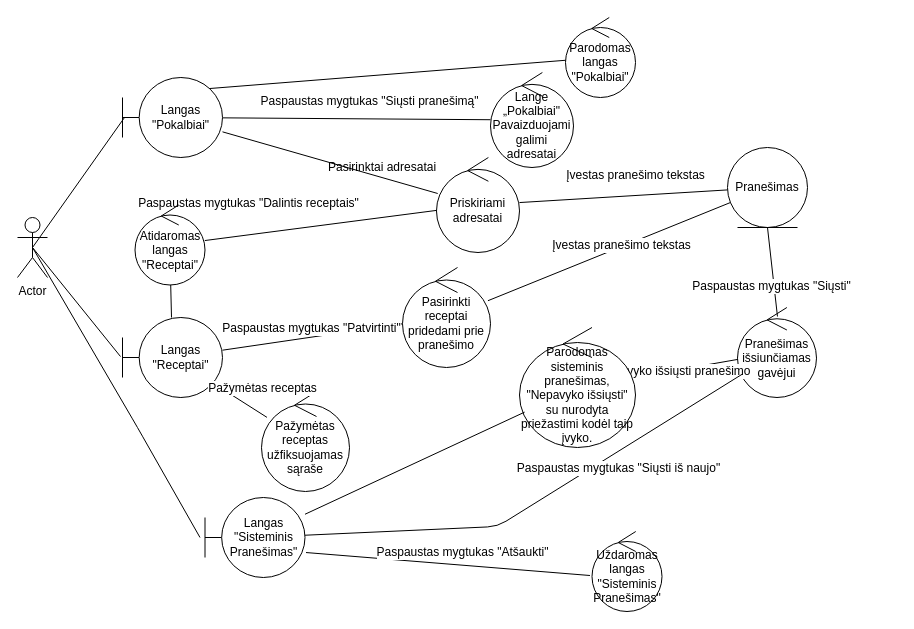
Earlier version of the draw.io diagram Draw.io/ROBUSTnaudotBendrPerPranesimus.drawio (Tristanas/PSI2-Food-Bee-Inc). Source tidied: cells renumbered, new cells numbered last; positions are measured from the earlier drawing's top-left corner, leaving out a move shared by most shapes. Both pictures are drawn from the tidied source at 100%, with x=0, y=0 at pixel (17, 17).
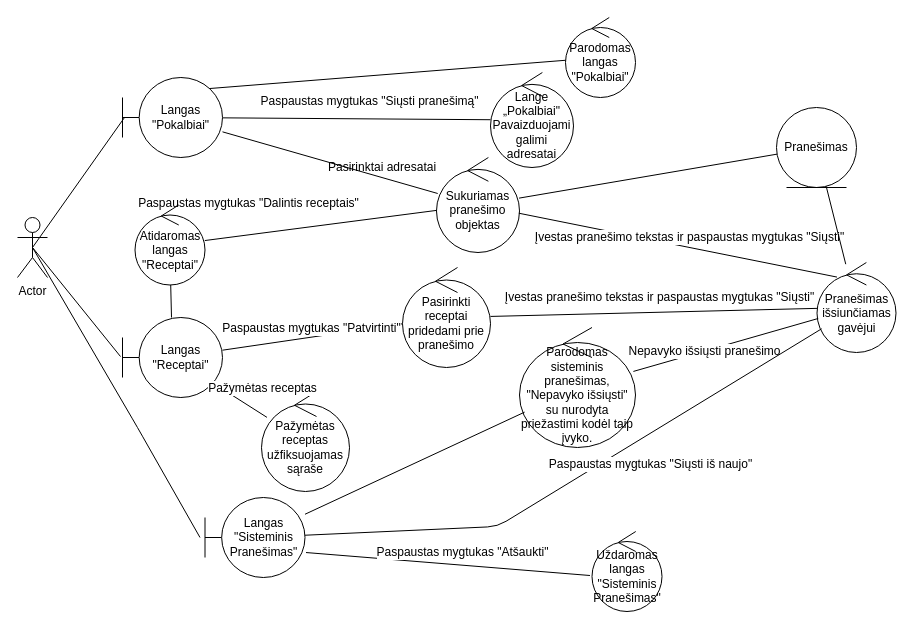
Above is the later version.

The change refers to these unchanged cells:
```xml
<mxCell id="24" value="Pasirinkti receptai pridedami prie pranešimo" style="ellipse;shape=umlControl;whiteSpace=wrap;html=1;" parent="1" vertex="1">
  <mxGeometry x="385" y="250" width="88" height="100" as="geometry" />
</mxCell>
```

What changed in the source:
```diff
@@
-    <mxCell id="9" value="Priskiriami adresatai" style="ellipse;shape=umlControl;whiteSpace=wrap;html=1;" parent="1" vertex="1">
+    <mxCell id="9" value="Sukuriamas pranešimo objektas" style="ellipse;shape=umlControl;whiteSpace=wrap;html=1;" parent="1" vertex="1">
       <mxGeometry x="419" y="140" width="83" height="95" as="geometry" />
     </mxCell>
     <mxCell id="10" value="Pranešimas" style="ellipse;shape=umlEntity;whiteSpace=wrap;html=1;" parent="1" vertex="1">
-      <mxGeometry x="710" y="130" width="80" height="80" as="geometry" />
+      <mxGeometry x="759" y="90" width="80" height="80" as="geometry" />
     </mxCell>
-    <mxCell id="11" style="endArrow=none;html=1;" parent="1" edge="1" source="10" target="9">
+    <mxCell id="11" style="endArrow=none;html=1;exitX=0.253;exitY=0.162;exitDx=0;exitDy=0;exitPerimeter=0;" parent="1" edge="1" source="27" target="9">
       <mxGeometry relative="1" as="geometry" />
     </mxCell>
-    <mxCell id="12" value="Įvestas pranešimo tekstas" style="text;html=1;align=center;verticalAlign=middle;labelBackgroundColor=#ffffff;" parent="11" vertex="1">
+    <mxCell id="12" value="Įvestas pranešimo tekstas ir paspaustas mygtukas &quot;Siųsti&quot;" style="text;html=1;align=center;verticalAlign=middle;labelBackgroundColor=#ffffff;" parent="11" vertex="1">
       <mxGeometry x="-0.45" y="4" relative="1" as="geometry">
-        <mxPoint x="-35.5" y="-22" as="offset" />
+        <mxPoint x="-60" y="-26" as="offset" />
       </mxGeometry>
     </mxCell>
@@
-    <mxCell id="25" style="endArrow=none;html=1;" parent="1" edge="1" source="10" target="24">
+    <mxCell id="25" style="endArrow=none;html=1;" parent="1" edge="1" source="27" target="24">
       <mxGeometry relative="1" as="geometry" />
     </mxCell>
-    <mxCell id="26" value="Įvestas pranešimo tekstas" style="text;html=1;align=center;verticalAlign=middle;labelBackgroundColor=#ffffff;" parent="25" vertex="1">
+    <mxCell id="26" value="Įvestas pranešimo tekstas ir paspaustas mygtukas &quot;Siųsti&quot;" style="text;html=1;align=center;verticalAlign=middle;labelBackgroundColor=#ffffff;" parent="25" vertex="1">
       <mxGeometry x="-0.45" y="4" relative="1" as="geometry">
-        <mxPoint x="-44.5" y="11.5" as="offset" />
+        <mxPoint x="-68.5" y="-18" as="offset" />
       </mxGeometry>
     </mxCell>
     <mxCell id="27" value="Pranešimas išsiunčiamas gavėjui" style="ellipse;shape=umlControl;whiteSpace=wrap;html=1;" parent="1" vertex="1">
-      <mxGeometry x="720" y="290" width="79" height="90" as="geometry" />
+      <mxGeometry x="799.5" y="245" width="79" height="90" as="geometry" />
     </mxCell>
-    <mxCell id="28" style="endArrow=none;html=1;entryX=0.5;entryY=1;entryDx=0;entryDy=0;exitX=0.506;exitY=0.1;exitDx=0;exitDy=0;exitPerimeter=0;" parent="1" edge="1" source="27" target="10">
-      <mxGeometry relative="1" as="geometry" />
-    </mxCell>
-    <mxCell id="29" value="Paspaustas mygtukas &quot;Siųsti&quot;" style="text;html=1;align=center;verticalAlign=middle;labelBackgroundColor=#ffffff;" parent="28" vertex="1">
-      <mxGeometry x="-0.31" y="3" relative="1" as="geometry" />
-    </mxCell>
@@
+    <mxCell id="44" style="endArrow=none;html=1;" parent="1" edge="1" source="9" target="10">
+      <mxGeometry relative="1" as="geometry" />
+    </mxCell>
+    <mxCell id="28" style="endArrow=none;html=1;" parent="1" edge="1" source="27" target="10">
+      <mxGeometry relative="1" as="geometry" />
+    </mxCell>
```
